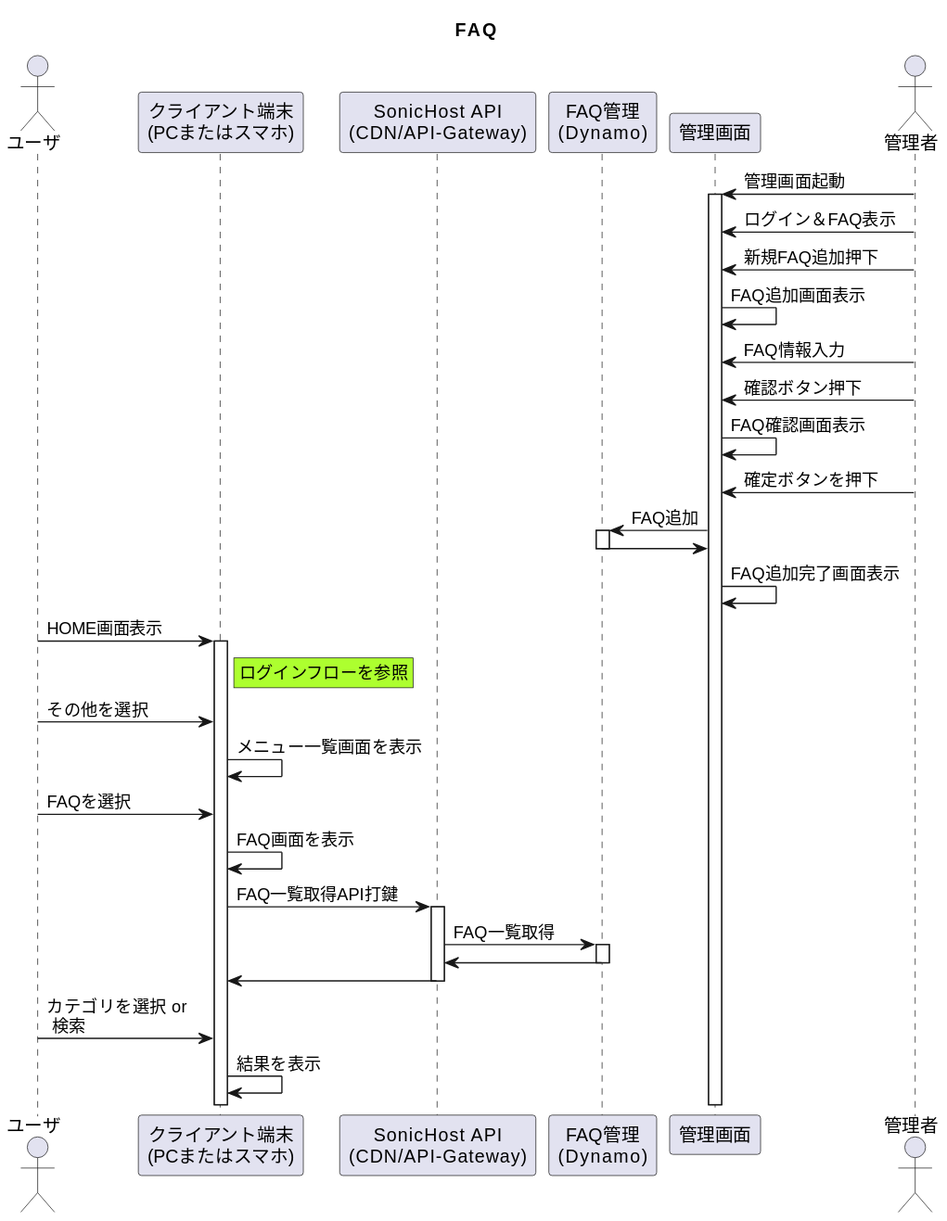
This is 01_Sequences/99_Others/03_FAQ/faqFlow.svg from Sonic-Host/documents, a PlantUML export, as it was before one commit. Source of this version:
```plantuml
@startuml
title FAQ

actor "ユーザ" as user
participant "クライアント端末\n(PCまたはスマホ)" as device
participant "SonicHost API\n(CDN/API-Gateway)" as api

participant "FAQ管理\n(Dynamo)" as dynamo
participant "管理画面" as adminApp
actor "管理者" as adminUser

adminUser -> adminApp ++ : 管理画面起動
adminUser -> adminApp : ログイン＆FAQ表示
adminUser -> adminApp : 新規FAQ追加押下
adminApp -> adminApp : FAQ追加画面表示
adminUser -> adminApp : FAQ情報入力
adminUser -> adminApp : 確認ボタン押下
adminApp -> adminApp : FAQ確認画面表示
adminUser -> adminApp : 確定ボタンを押下
adminApp -> dynamo ++ : FAQ追加
adminApp <- dynamo --
adminApp -> adminApp : FAQ追加完了画面表示

user -> device ++: HOME画面表示
rnote right of device #GreenYellow
    ログインフローを参照
end note
user -> device : その他を選択
device -> device : メニュー一覧画面を表示
user -> device : FAQを選択
device -> device : FAQ画面を表示
device -> api ++ : FAQ一覧取得API打鍵
api -> dynamo ++ : FAQ一覧取得
api <- dynamo --
device <- api --
user -> device : カテゴリを選択 or \n 検索
device -> device : 結果を表示
@enduml
```
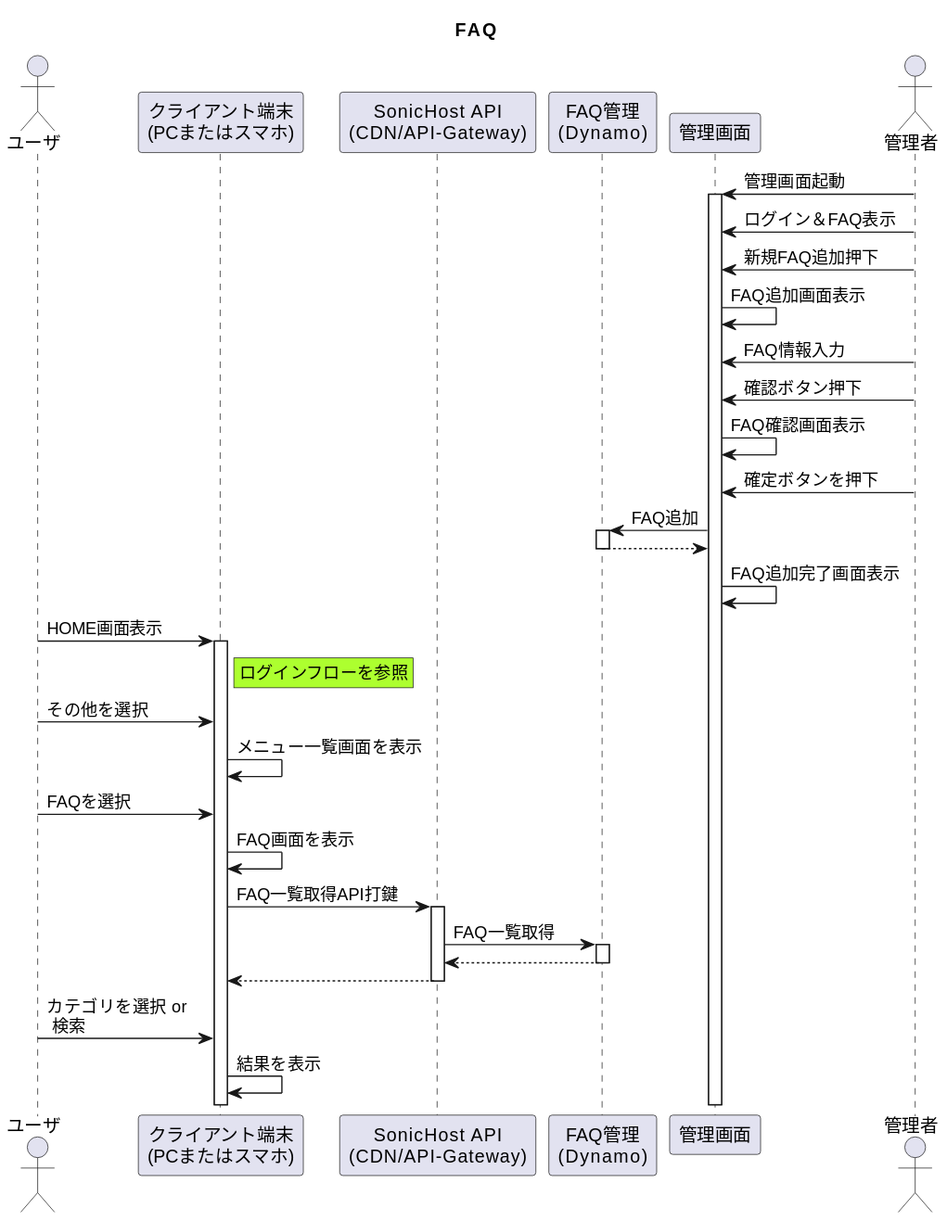
The same file after the commit.

Change to the diagram source:
```diff
@@ -18,7 +18,7 @@
 adminApp -> adminApp : FAQ確認画面表示
 adminUser -> adminApp : 確定ボタンを押下
 adminApp -> dynamo ++ : FAQ追加
-adminApp <- dynamo --
+adminApp <-- dynamo --
 adminApp -> adminApp : FAQ追加完了画面表示
 
 user -> device ++: HOME画面表示
@@ -31,8 +31,8 @@
 device -> device : FAQ画面を表示
 device -> api ++ : FAQ一覧取得API打鍵
 api -> dynamo ++ : FAQ一覧取得
-api <- dynamo --
-device <- api --
+api <-- dynamo --
+device <-- api --
 user -> device : カテゴリを選択 or \n 検索
 device -> device : 結果を表示
 @enduml
```
